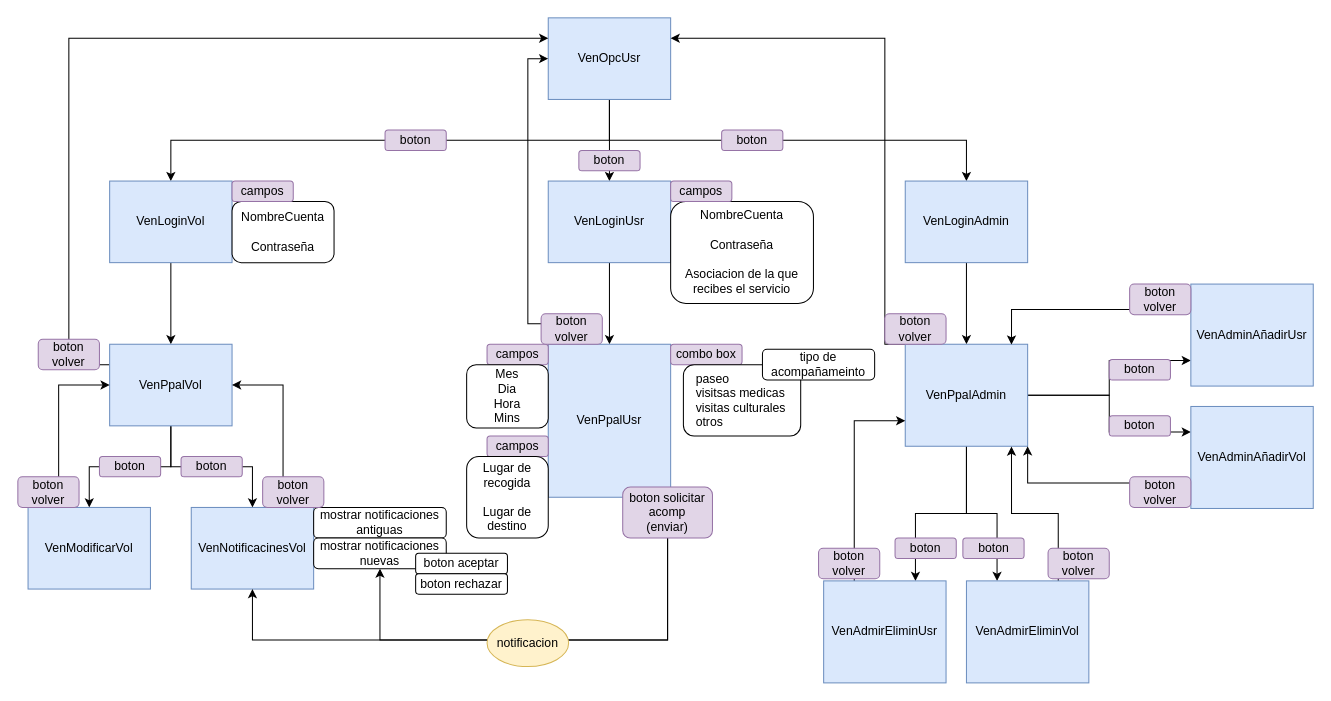
Before: Ventanas.drawio in Millan214/Volunteering-Services, a draw.io diagram. Source tidied: cells renumbered, new cells numbered last; positions are measured from the earlier drawing's top-left corner, leaving out a move shared by most shapes. Both pictures are drawn from the tidied source at 102%, with x=0, y=0 at pixel (17, 17).
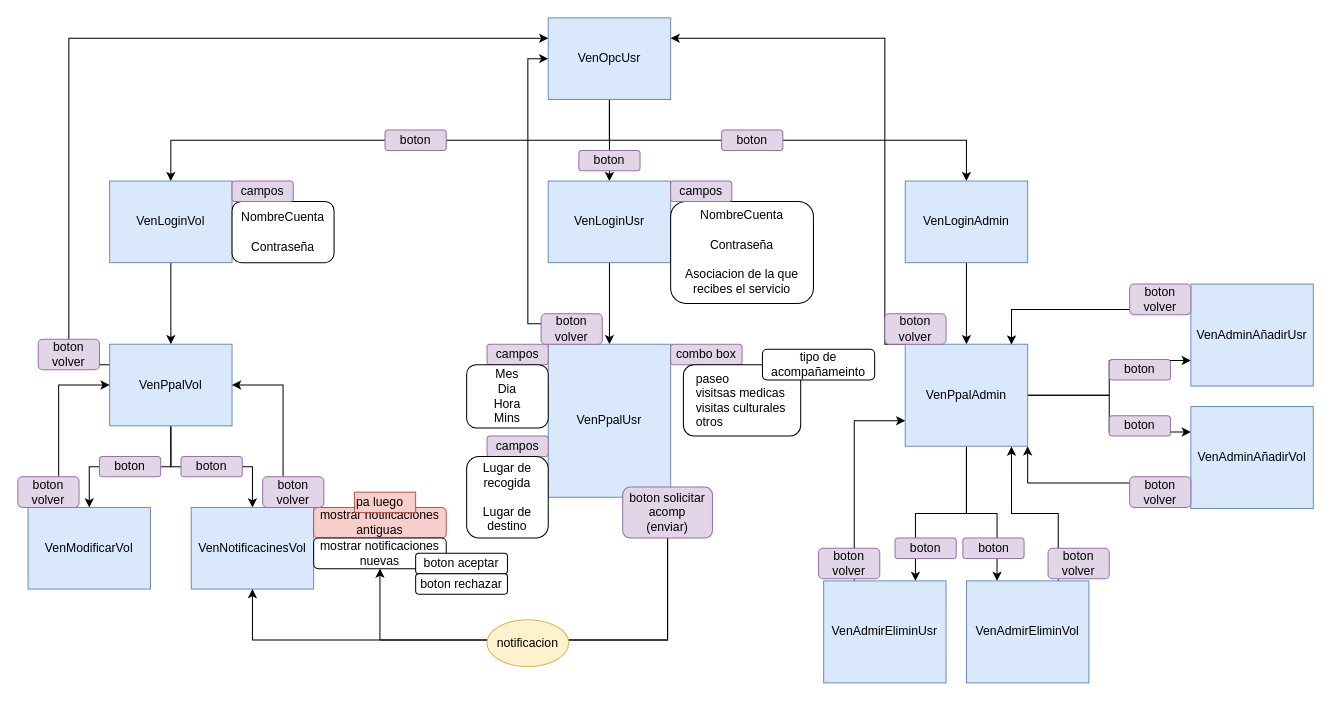
The same diagram, later.

Diff of the diagram source:
```diff
@@
-    <mxCell id="29" value="mostrar notificaciones&lt;br&gt;antiguas" style="rounded=1;whiteSpace=wrap;html=1;" parent="1" vertex="1">
+    <mxCell id="29" value="mostrar notificaciones&lt;br&gt;antiguas" style="rounded=1;whiteSpace=wrap;html=1;fillColor=#f8cecc;strokeColor=#b85450;" parent="1" vertex="1">
       <mxGeometry x="290" y="480" width="130" height="30" as="geometry" />
     </mxCell>
@@
+    <mxCell id="73" value="pa luego" style="text;html=1;align=left;verticalAlign=top;spacingTop=-4;fillColor=#f8cecc;strokeColor=#b85450;" parent="1" vertex="1">
+      <mxGeometry x="330" y="465" width="60" height="20" as="geometry" />
+    </mxCell>
```
